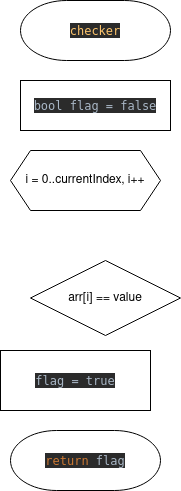
Earlier version of the draw.io export lab13/doc/assets/checker.png (belchinskaya/Programming-Belchinska). Source tidied: cells renumbered, new cells last; positions are measured from the earlier drawing's top-left corner, leaving out a move shared by most shapes. The source it was exported from:
```xml
<mxGraphModel>
  <root>
    <mxCell id="0" />
    <mxCell id="1" parent="0" />
    <mxCell id="2" value="&lt;pre style=&quot;background-color: #2b2b2b ; color: #a9b7c6 ; font-family: &amp;#34;jetbrains mono&amp;#34; , monospace ; font-size: 9 8pt&quot;&gt;&lt;span style=&quot;color: #ffc66d&quot;&gt;checker&lt;/span&gt;&lt;/pre&gt;" style="strokeWidth=1;html=1;shape=mxgraph.flowchart.terminator;whiteSpace=wrap;" parent="1" vertex="1">
      <mxGeometry x="20" width="150" height="60" as="geometry" />
    </mxCell>
    <mxCell id="3" value="&lt;pre style=&quot;background-color: #2b2b2b ; color: #a9b7c6 ; font-family: &amp;#34;jetbrains mono&amp;#34; , monospace ; font-size: 9 8pt&quot;&gt;bool flag = false&lt;/pre&gt;" style="rounded=0;whiteSpace=wrap;html=1;strokeWidth=1;" parent="1" vertex="1">
      <mxGeometry x="20" y="80" width="150" height="50" as="geometry" />
    </mxCell>
    <mxCell id="4" value="i = 0..currentIndex, i++" style="shape=hexagon;perimeter=hexagonPerimeter2;whiteSpace=wrap;html=1;fixedSize=1;strokeWidth=1;" parent="1" vertex="1">
      <mxGeometry x="10" y="150" width="150" height="60" as="geometry" />
    </mxCell>
    <mxCell id="5" value="arr[i] == value" style="rhombus;whiteSpace=wrap;html=1;strokeWidth=1;" parent="1" vertex="1">
      <mxGeometry x="30" y="260" width="150" height="75" as="geometry" />
    </mxCell>
    <mxCell id="6" value="&lt;pre style=&quot;background-color: #2b2b2b ; color: #a9b7c6 ; font-family: &amp;#34;jetbrains mono&amp;#34; , monospace ; font-size: 9 8pt&quot;&gt;flag = true&lt;/pre&gt;" style="rounded=0;whiteSpace=wrap;html=1;strokeWidth=1;" parent="1" vertex="1">
      <mxGeometry y="350" width="150" height="60" as="geometry" />
    </mxCell>
    <mxCell id="7" value="&lt;pre style=&quot;background-color: #2b2b2b ; color: #a9b7c6 ; font-family: &amp;#34;jetbrains mono&amp;#34; , monospace ; font-size: 9 8pt&quot;&gt;&lt;span style=&quot;color: #cc7832&quot;&gt;return &lt;/span&gt;flag&lt;/pre&gt;" style="strokeWidth=1;html=1;shape=mxgraph.flowchart.terminator;whiteSpace=wrap;" parent="1" vertex="1">
      <mxGeometry x="10" y="430" width="150" height="60" as="geometry" />
    </mxCell>
  </root>
</mxGraphModel>
```
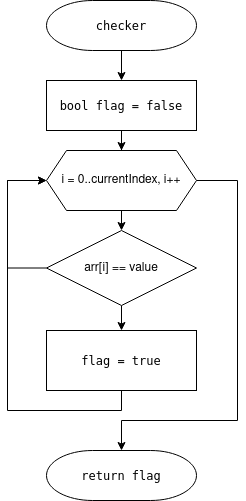
The same file after the commit.

Diff of the diagram source:
```diff
@@ -2,23 +2,62 @@
   <root>
     <mxCell id="0" />
     <mxCell id="1" parent="0" />
+    <mxCell id="8" style="edgeStyle=orthogonalEdgeStyle;rounded=0;jettySize=auto;html=1;exitX=0.5;exitY=1;exitDx=0;exitDy=0;exitPerimeter=0;" parent="1" edge="1" source="2" target="3">
+      <mxGeometry relative="1" as="geometry" />
+    </mxCell>
-    <mxCell id="2" value="&lt;pre style=&quot;background-color: #2b2b2b ; color: #a9b7c6 ; font-family: &amp;#34;jetbrains mono&amp;#34; , monospace ; font-size: 9 8pt&quot;&gt;&lt;span style=&quot;color: #ffc66d&quot;&gt;checker&lt;/span&gt;&lt;/pre&gt;" style="strokeWidth=1;html=1;shape=mxgraph.flowchart.terminator;whiteSpace=wrap;" parent="1" vertex="1">
-      <mxGeometry x="20" width="150" height="60" as="geometry" />
+    <mxCell id="2" value="&lt;pre style=&quot;font-family: &amp;#34;jetbrains mono&amp;#34; , monospace&quot;&gt;&lt;span style=&quot;background-color: rgb(255 , 255 , 255)&quot;&gt;checker&lt;/span&gt;&lt;/pre&gt;" style="strokeWidth=1;html=1;shape=mxgraph.flowchart.terminator;whiteSpace=wrap;" parent="1" vertex="1">
+      <mxGeometry x="-5" y="-10" width="150" height="50" as="geometry" />
     </mxCell>
+    <mxCell id="9" style="edgeStyle=orthogonalEdgeStyle;rounded=0;jettySize=auto;html=1;exitX=0.5;exitY=1;exitDx=0;exitDy=0;" parent="1" edge="1" source="3" target="4">
+      <mxGeometry relative="1" as="geometry" />
+    </mxCell>
-    <mxCell id="3" value="&lt;pre style=&quot;background-color: #2b2b2b ; color: #a9b7c6 ; font-family: &amp;#34;jetbrains mono&amp;#34; , monospace ; font-size: 9 8pt&quot;&gt;bool flag = false&lt;/pre&gt;" style="rounded=0;whiteSpace=wrap;html=1;strokeWidth=1;" parent="1" vertex="1">
-      <mxGeometry x="20" y="80" width="150" height="50" as="geometry" />
+    <mxCell id="3" value="&lt;pre style=&quot;font-family: &amp;#34;jetbrains mono&amp;#34; , monospace&quot;&gt;&lt;span style=&quot;background-color: rgb(255 , 255 , 255)&quot;&gt;bool flag = false&lt;/span&gt;&lt;/pre&gt;" style="rounded=0;whiteSpace=wrap;html=1;strokeWidth=1;" parent="1" vertex="1">
+      <mxGeometry x="-5" y="70" width="150" height="50" as="geometry" />
     </mxCell>
+    <mxCell id="10" style="edgeStyle=orthogonalEdgeStyle;rounded=0;jettySize=auto;html=1;exitX=0.5;exitY=1;exitDx=0;exitDy=0;entryX=0.5;entryY=0;entryDx=0;entryDy=0;" parent="1" edge="1" source="4" target="5">
+      <mxGeometry relative="1" as="geometry" />
+    </mxCell>
+    <mxCell id="11" style="edgeStyle=orthogonalEdgeStyle;rounded=0;jettySize=auto;html=1;exitX=1;exitY=0.5;exitDx=0;exitDy=0;" parent="1" edge="1" source="4" target="7">
+      <mxGeometry relative="1" as="geometry">
+        <Array as="points">
+          <mxPoint x="186" y="170" />
+          <mxPoint x="186" y="410" />
+          <mxPoint x="70" y="410" />
+        </Array>
+      </mxGeometry>
+    </mxCell>
     <mxCell id="4" value="i = 0..currentIndex, i++" style="shape=hexagon;perimeter=hexagonPerimeter2;whiteSpace=wrap;html=1;fixedSize=1;strokeWidth=1;" parent="1" vertex="1">
-      <mxGeometry x="10" y="150" width="150" height="60" as="geometry" />
+      <mxGeometry x="-5" y="140" width="150" height="60" as="geometry" />
     </mxCell>
+    <mxCell id="12" style="edgeStyle=orthogonalEdgeStyle;rounded=0;jettySize=auto;html=1;exitX=0.5;exitY=1;exitDx=0;exitDy=0;entryX=0.5;entryY=0;entryDx=0;entryDy=0;" parent="1" edge="1" source="5" target="6">
+      <mxGeometry relative="1" as="geometry" />
+    </mxCell>
+    <mxCell id="13" style="edgeStyle=orthogonalEdgeStyle;rounded=0;jettySize=auto;html=1;exitX=0;exitY=0.5;exitDx=0;exitDy=0;" parent="1" edge="1" source="5">
+      <mxGeometry relative="1" as="geometry">
+        <mxPoint x="-5" y="170" as="targetPoint" />
+        <Array as="points">
+          <mxPoint x="-44" y="258" />
+          <mxPoint x="-44" y="170" />
+        </Array>
+      </mxGeometry>
+    </mxCell>
     <mxCell id="5" value="arr[i] == value" style="rhombus;whiteSpace=wrap;html=1;strokeWidth=1;" parent="1" vertex="1">
-      <mxGeometry x="30" y="260" width="150" height="75" as="geometry" />
+      <mxGeometry x="-5" y="220" width="150" height="75" as="geometry" />
     </mxCell>
+    <mxCell id="14" style="edgeStyle=orthogonalEdgeStyle;rounded=0;jettySize=auto;html=1;exitX=0.5;exitY=1;exitDx=0;exitDy=0;entryX=0;entryY=0.5;entryDx=0;entryDy=0;" parent="1" edge="1" source="6" target="4">
+      <mxGeometry relative="1" as="geometry">
+        <Array as="points">
+          <mxPoint x="70" y="400" />
+          <mxPoint x="-44" y="400" />
+          <mxPoint x="-44" y="170" />
+        </Array>
+      </mxGeometry>
+    </mxCell>
-    <mxCell id="6" value="&lt;pre style=&quot;background-color: #2b2b2b ; color: #a9b7c6 ; font-family: &amp;#34;jetbrains mono&amp;#34; , monospace ; font-size: 9 8pt&quot;&gt;flag = true&lt;/pre&gt;" style="rounded=0;whiteSpace=wrap;html=1;strokeWidth=1;" parent="1" vertex="1">
-      <mxGeometry y="350" width="150" height="60" as="geometry" />
+    <mxCell id="6" value="&lt;pre style=&quot;font-family: &amp;#34;jetbrains mono&amp;#34; , monospace&quot;&gt;&lt;span style=&quot;background-color: rgb(255 , 255 , 255)&quot;&gt;flag = true&lt;/span&gt;&lt;/pre&gt;" style="rounded=0;whiteSpace=wrap;html=1;strokeWidth=1;" parent="1" vertex="1">
+      <mxGeometry x="-5" y="320" width="150" height="60" as="geometry" />
     </mxCell>
-    <mxCell id="7" value="&lt;pre style=&quot;background-color: #2b2b2b ; color: #a9b7c6 ; font-family: &amp;#34;jetbrains mono&amp;#34; , monospace ; font-size: 9 8pt&quot;&gt;&lt;span style=&quot;color: #cc7832&quot;&gt;return &lt;/span&gt;flag&lt;/pre&gt;" style="strokeWidth=1;html=1;shape=mxgraph.flowchart.terminator;whiteSpace=wrap;" parent="1" vertex="1">
-      <mxGeometry x="10" y="430" width="150" height="60" as="geometry" />
+    <mxCell id="7" value="&lt;pre style=&quot;font-family: &amp;#34;jetbrains mono&amp;#34; , monospace&quot;&gt;&lt;span style=&quot;background-color: rgb(255 , 255 , 255)&quot;&gt;return flag&lt;/span&gt;&lt;/pre&gt;" style="strokeWidth=1;html=1;shape=mxgraph.flowchart.terminator;whiteSpace=wrap;" parent="1" vertex="1">
+      <mxGeometry x="-5" y="440" width="150" height="50" as="geometry" />
     </mxCell>
   </root>
 </mxGraphModel>
```
